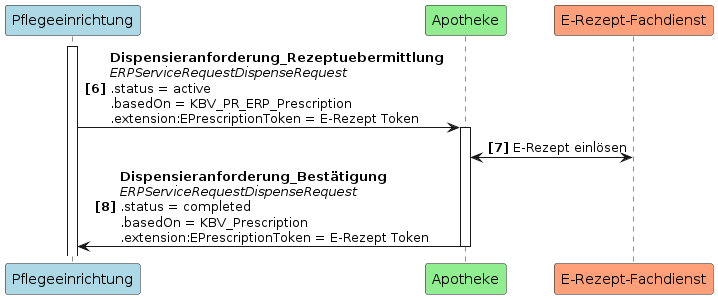
Before: guides/ig-rezeptanforderung/images/puml_images/UC1_2.png, a diagram exported from PlantUML (gematik/spec-E-Rezept-ServiceRequest).
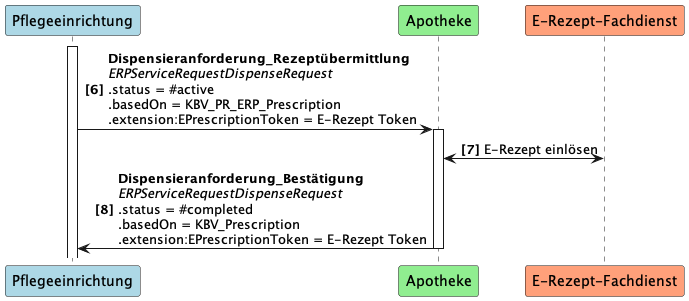
The same file after the commit.

What changed in the source:
```diff
@@ -5,7 +5,7 @@
 participant "E-Rezept-Fachdienst" as FD #LightSalmon
 
 activate PE
-PE -> A++: <b>Dispensieranforderung_Rezeptuebermittlung \n<i>ERPServiceRequestDispenseRequest \n.status = active \n.basedOn = KBV_PR_ERP_Prescription \n.extension:EPrescriptionToken = E-Rezept Token
+PE -> A++: <b>Dispensieranforderung_Rezeptübermittlung \n<i>ERPServiceRequestDispenseRequest \n.status = #active \n.basedOn = KBV_PR_ERP_Prescription \n.extension:EPrescriptionToken = E-Rezept Token
 A <-> FD: E-Rezept einlösen
-A -> PE--: <b>Dispensieranforderung_Bestätigung \n<i>ERPServiceRequestDispenseRequest \n.status = completed \n.basedOn = KBV_Prescription \n.extension:EPrescriptionToken = E-Rezept Token
+A -> PE--: <b>Dispensieranforderung_Bestätigung \n<i>ERPServiceRequestDispenseRequest \n.status = #completed \n.basedOn = KBV_Prescription \n.extension:EPrescriptionToken = E-Rezept Token
 @enduml
```
